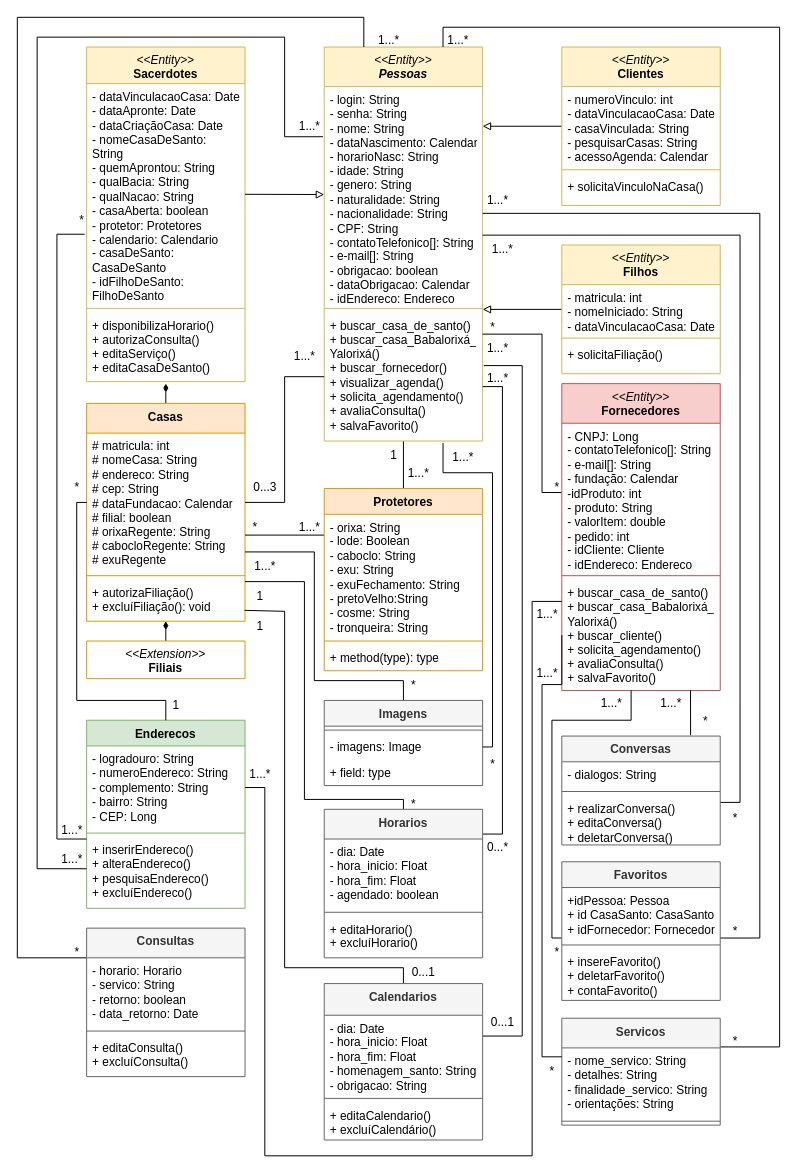
Before: DiagramaDeClasseSarava.drawio in AlexCarvalhovisk/sarava, a draw.io diagram. Source tidied: cells renumbered, new cells numbered last; positions are measured from the earlier drawing's top-left corner, leaving out a move shared by most shapes. Both pictures are drawn from the tidied source at 99%, with x=0, y=0 at pixel (17, 17).
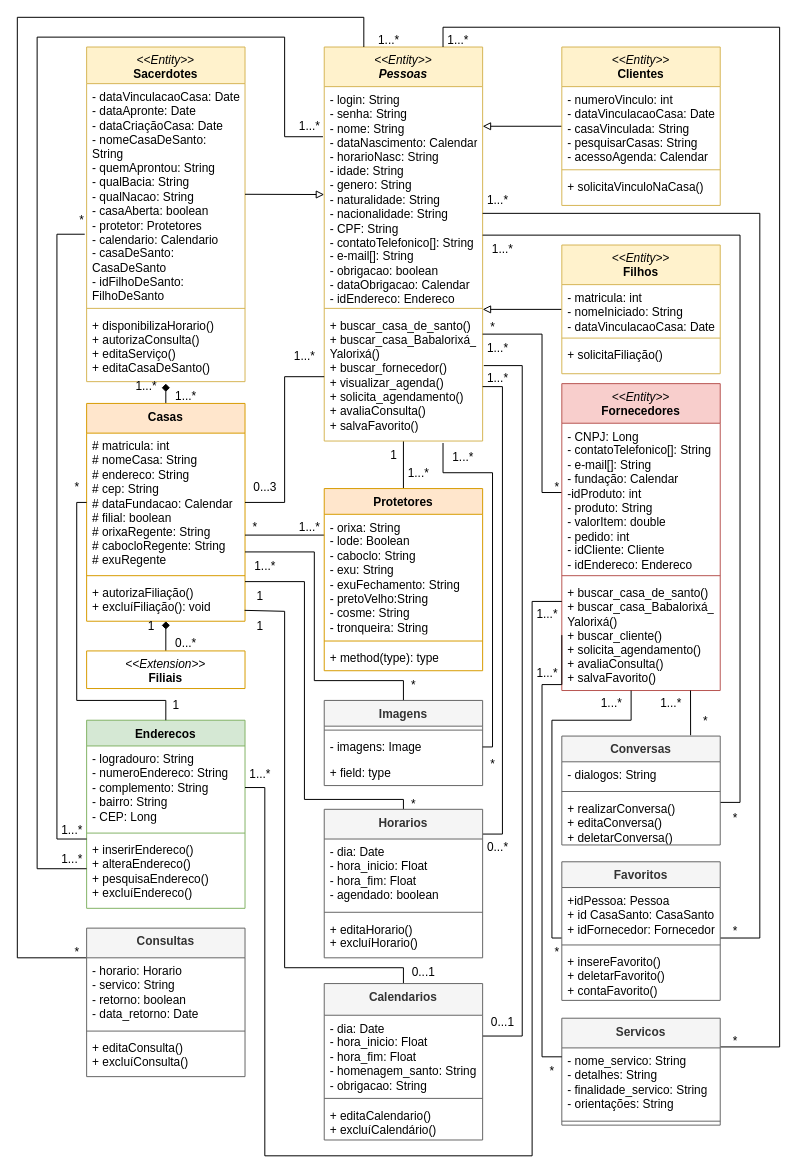
The same diagram, later.

Unchanged cells that the change refers to:
```xml
<mxCell id="25" value="+ disponibilizaHorario()&lt;br&gt;+ autorizaConsulta()&lt;br&gt;+ editaServiço()&lt;br&gt;+ editaCasaDeSanto()" style="text;strokeColor=none;fillColor=none;align=left;verticalAlign=top;spacingLeft=4;spacingRight=4;overflow=hidden;points=[[0,0.5],[1,0.5]];portConstraint=eastwest;whiteSpace=wrap;html=1;" parent="22" vertex="1">
  <mxGeometry y="268" width="160" height="70" as="geometry" />
</mxCell>
<mxCell id="27" value="Casas" style="swimlane;fontStyle=1;align=center;verticalAlign=top;horizontal=1;startSize=30;whiteSpace=wrap;html=1;fillColor=#ffe6cc;strokeColor=#d79b00;" parent="1" vertex="1">
  <mxGeometry x="70" y="390" width="160" height="220" as="geometry" />
</mxCell>
<mxCell id="30" value="+ autorizaFiliação()&lt;br&gt;+ excluíFiliação(): void" style="text;strokeColor=none;fillColor=none;align=left;verticalAlign=top;spacingLeft=4;spacingRight=4;overflow=hidden;points=[[0,0.5],[1,0.5]];portConstraint=eastwest;whiteSpace=wrap;html=1;" parent="27" vertex="1">
  <mxGeometry y="178" width="160" height="42" as="geometry" />
</mxCell>
```

Diff of the diagram source:
```diff
@@
-    <mxCell id="26" style="rounded=0;jettySize=auto;html=1;entryX=0.5;entryY=1.029;entryDx=0;entryDy=0;entryPerimeter=0;endArrow=diamondThin;endFill=1;" parent="1" edge="1" source="27" target="25">
+    <mxCell id="26" style="rounded=0;jettySize=auto;html=1;entryX=0.5;entryY=1.029;entryDx=0;entryDy=0;entryPerimeter=0;endArrow=diamond;endFill=1;" parent="1" edge="1" source="27" target="25">
       <mxGeometry relative="1" as="geometry" />
     </mxCell>
@@
-    <mxCell id="31" style="rounded=0;jettySize=auto;html=1;entryX=0.5;entryY=1;entryDx=0;entryDy=0;entryPerimeter=0;endArrow=diamondThin;endFill=1;" parent="1" edge="1" source="32" target="30">
+    <mxCell id="31" style="rounded=0;jettySize=auto;html=1;entryX=0.5;entryY=1;entryDx=0;entryDy=0;entryPerimeter=0;endArrow=diamond;endFill=1;" parent="1" edge="1" source="32" target="30">
       <mxGeometry relative="1" as="geometry" />
     </mxCell>
     <mxCell id="32" value="&lt;span style=&quot;font-weight: normal;&quot;&gt;&lt;i&gt;&amp;lt;&amp;lt;Extension&amp;gt;&amp;gt;&lt;/i&gt;&lt;/span&gt;&lt;br&gt;Filiais" style="swimlane;fontStyle=1;align=center;verticalAlign=top;horizontal=1;startSize=0;whiteSpace=wrap;html=1;fillColor=#ffe6cc;strokeColor=#d79b00;" parent="1" vertex="1" collapsed="1">
-      <mxGeometry x="70" y="630" width="160" height="38" as="geometry" />
+      <mxGeometry x="70" y="640" width="160" height="38" as="geometry" />
     </mxCell>
@@
+    <mxCell id="130" value="0...*" style="text;html=1;align=center;verticalAlign=middle;strokeColor=none;fillColor=none;" parent="1" vertex="1">
+      <mxGeometry x="150" y="618" width="40" height="30" as="geometry" />
+    </mxCell>
+    <mxCell id="131" value="1" style="text;html=1;align=center;verticalAlign=middle;strokeColor=none;fillColor=none;" parent="1" vertex="1">
+      <mxGeometry x="120" y="600" width="30" height="30" as="geometry" />
+    </mxCell>
+    <mxCell id="132" value="1...*" style="text;html=1;align=center;verticalAlign=middle;strokeColor=none;fillColor=none;" parent="1" vertex="1">
+      <mxGeometry x="150" y="368" width="40" height="30" as="geometry" />
+    </mxCell>
+    <mxCell id="133" value="1...*" style="text;html=1;align=center;verticalAlign=middle;strokeColor=none;fillColor=none;" parent="1" vertex="1">
+      <mxGeometry x="110" y="358" width="40" height="30" as="geometry" />
+    </mxCell>
```
